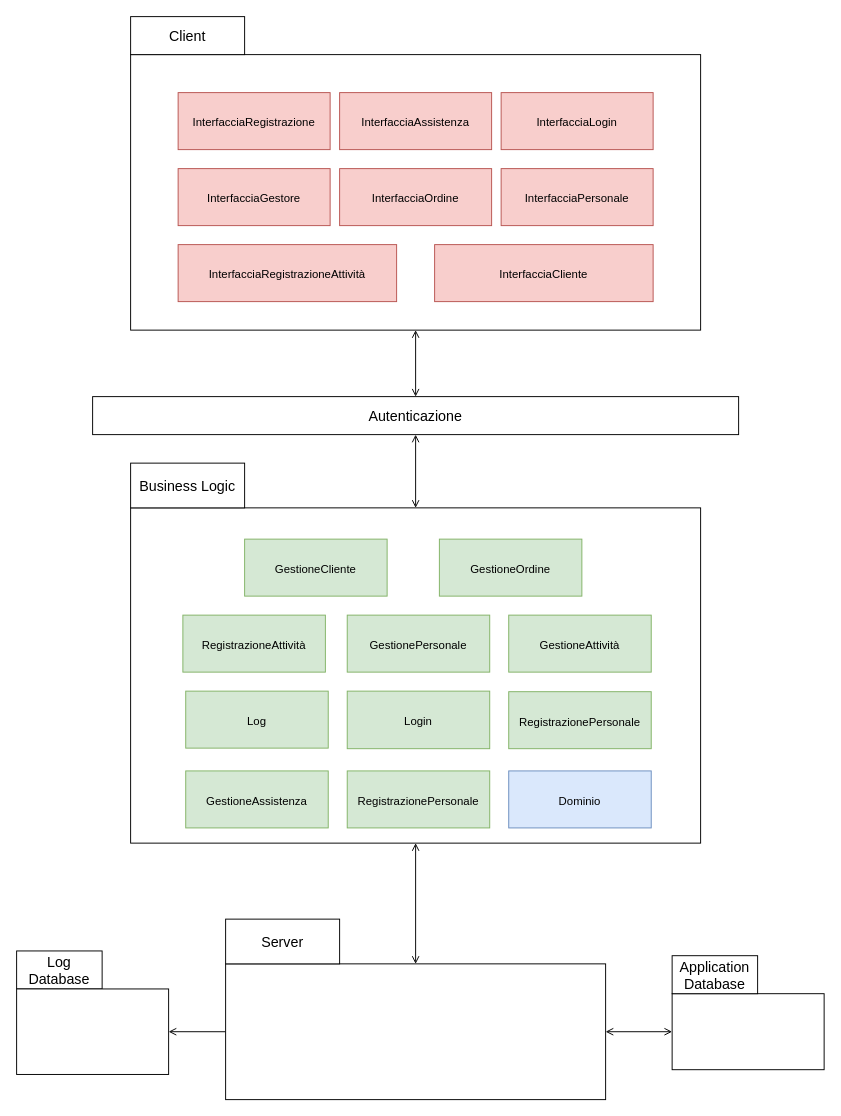
The draw.io diagram page "diagramma package" (1 of 3) of progettazione/Progettazione Architetturale.drawio in Marco-Burattoni/Progetto-ids, before the edit. Source tidied: cells renumbered, new cells numbered last; positions are measured from the earlier drawing's top-left corner, leaving out a move shared by most shapes. Both pictures are drawn from the tidied source at 95%, with x=0, y=0 at pixel (16, 16).
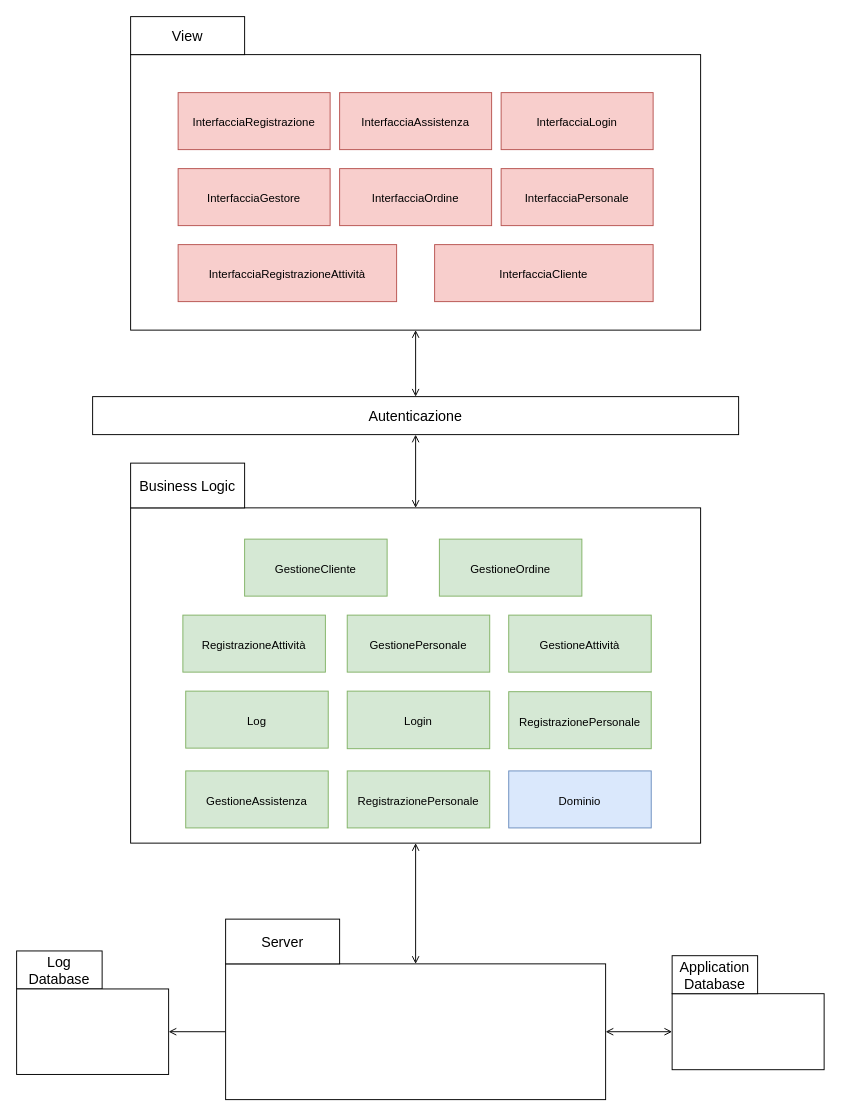
Above is the later version.

Diff of the diagram source:
```diff
@@
-    <mxCell id="4" value="Client" style="rounded=0;whiteSpace=wrap;html=1;align=center;fontSize=15;" parent="1" vertex="1">
+    <mxCell id="4" value="View" style="rounded=0;whiteSpace=wrap;html=1;align=center;fontSize=15;" parent="1" vertex="1">
       <mxGeometry x="120" width="120" height="40" as="geometry" />
     </mxCell>
```
